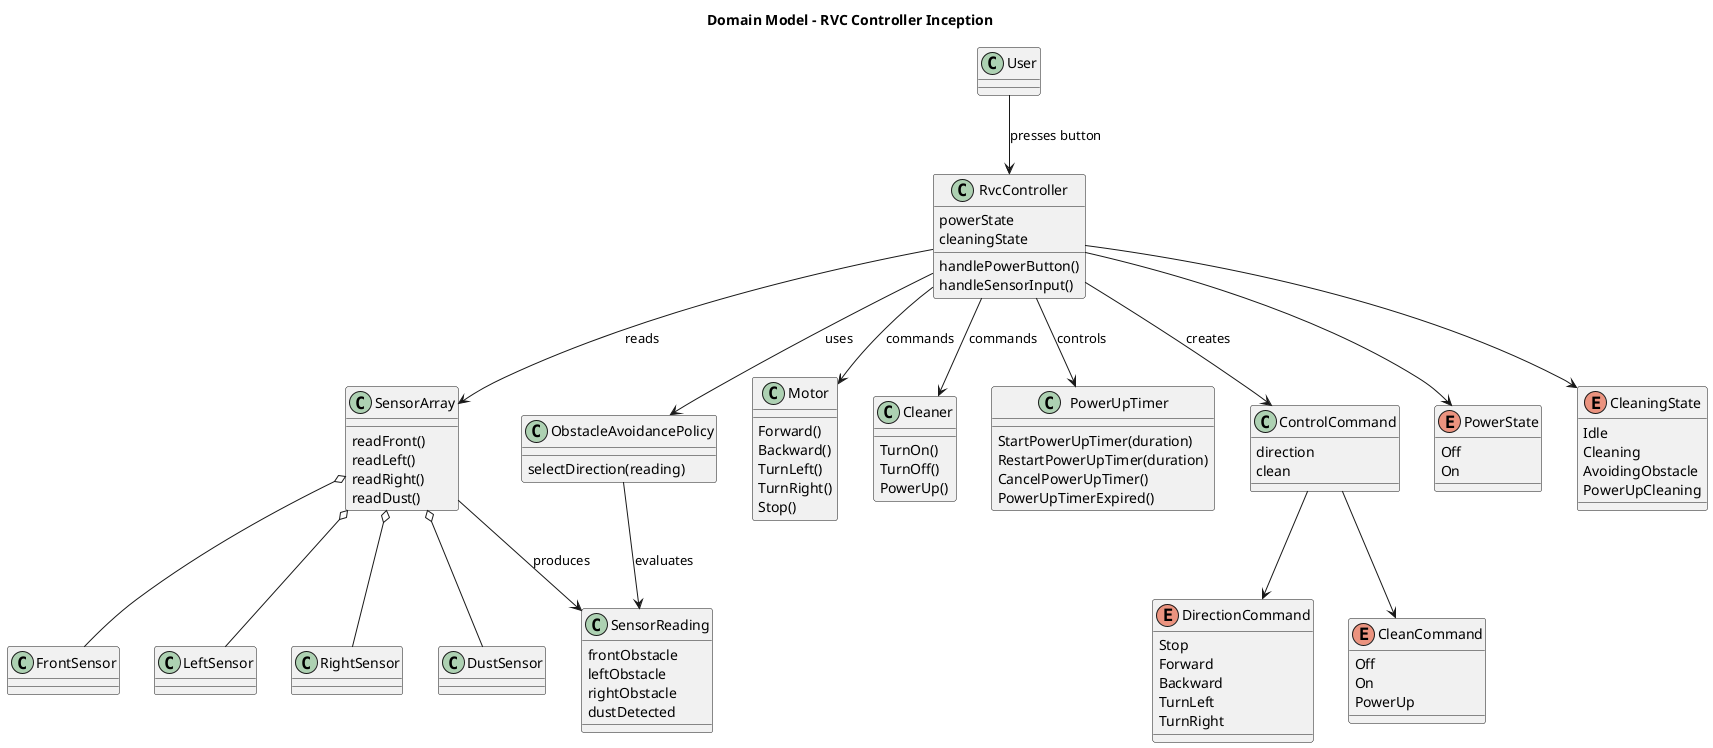
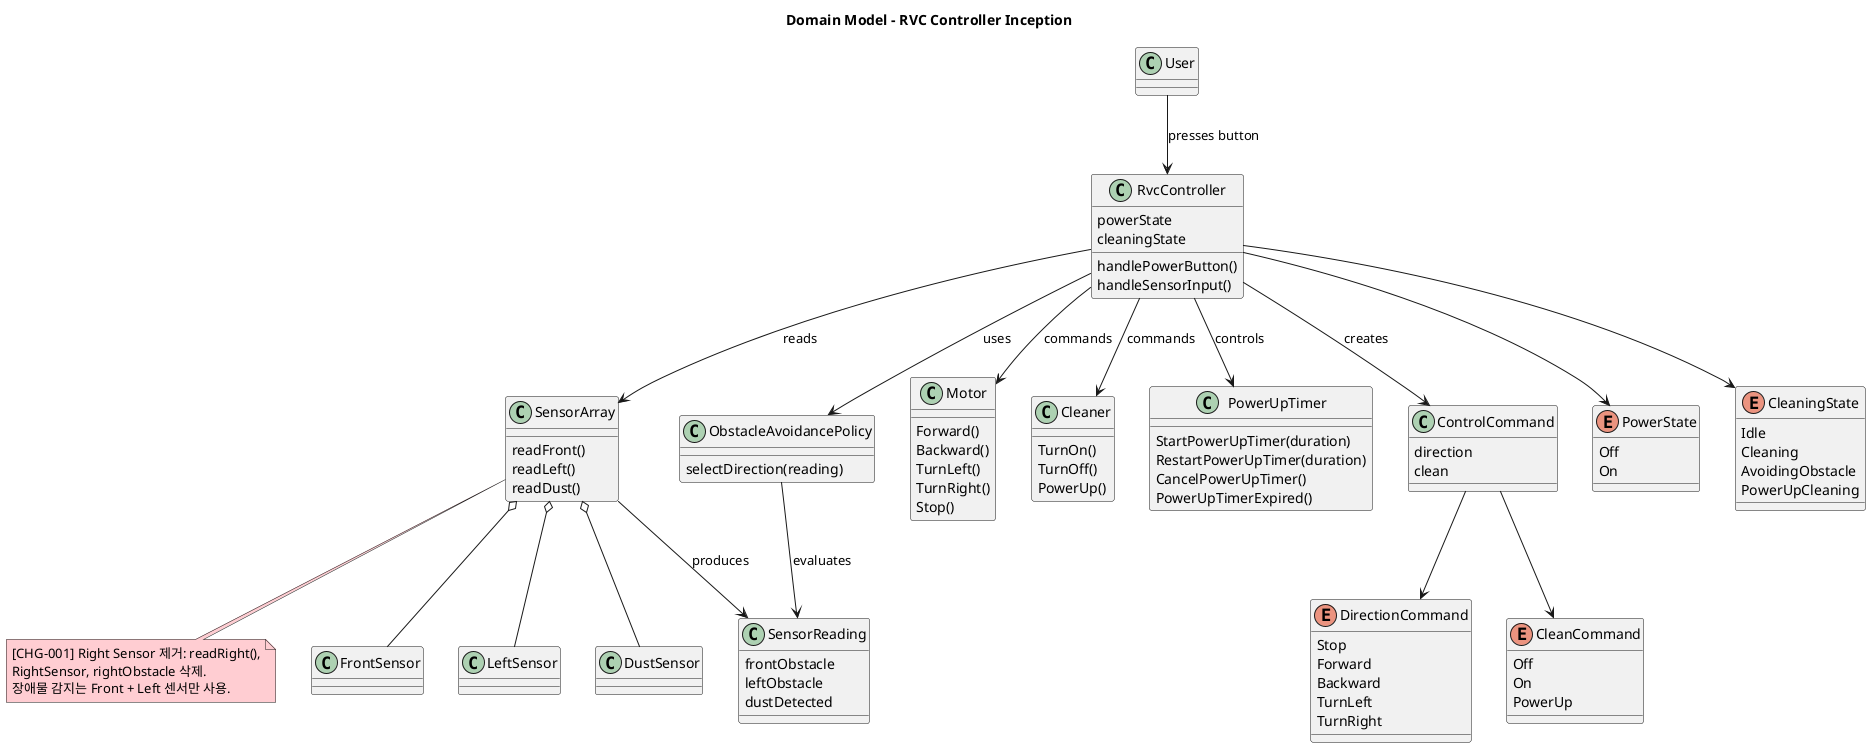
@startuml
title Domain Model - RVC Controller Inception

skinparam classAttributeIconSize 0

class User

class RvcController {
  powerState
  cleaningState
  handlePowerButton()
  handleSensorInput()
}

class SensorArray {
  readFront()
  readLeft()
-   readRight()
+   ' [CHG-001] deleted: readRight()
  readDust()
}

class FrontSensor
class LeftSensor
- class RightSensor
+ ' [CHG-001] deleted: class RightSensor
class DustSensor

class SensorReading {
  frontObstacle
  leftObstacle
-   rightObstacle
+   ' [CHG-001] deleted: rightObstacle
  dustDetected
}
+ 
+ note bottom of SensorArray #FFCDD2
+ [CHG-001] Right Sensor 제거: readRight(),
+ RightSensor, rightObstacle 삭제.
+ 장애물 감지는 Front + Left 센서만 사용.
+ end note

class ObstacleAvoidancePolicy {
  selectDirection(reading)
}

class Motor {
  Forward()
  Backward()
  TurnLeft()
  TurnRight()
  Stop()
}

class Cleaner {
  TurnOn()
  TurnOff()
  PowerUp()
}

class PowerUpTimer {
  StartPowerUpTimer(duration)
  RestartPowerUpTimer(duration)
  CancelPowerUpTimer()
  PowerUpTimerExpired()
}

class ControlCommand {
  direction
  clean
}

enum PowerState {
  Off
  On
}

enum CleaningState {
  Idle
  Cleaning
  AvoidingObstacle
  PowerUpCleaning
}

enum DirectionCommand {
  Stop
  Forward
  Backward
  TurnLeft
  TurnRight
}

enum CleanCommand {
  Off
  On
  PowerUp
}

User --> RvcController : presses button
RvcController --> SensorArray : reads
SensorArray o-- FrontSensor
SensorArray o-- LeftSensor
- SensorArray o-- RightSensor
+ ' [CHG-001] deleted: SensorArray o-- RightSensor
SensorArray o-- DustSensor
SensorArray --> SensorReading : produces
RvcController --> ObstacleAvoidancePolicy : uses
ObstacleAvoidancePolicy --> SensorReading : evaluates
RvcController --> Motor : commands
RvcController --> Cleaner : commands
RvcController --> PowerUpTimer : controls
RvcController --> ControlCommand : creates
RvcController --> PowerState
RvcController --> CleaningState
ControlCommand --> DirectionCommand
ControlCommand --> CleanCommand
@enduml
